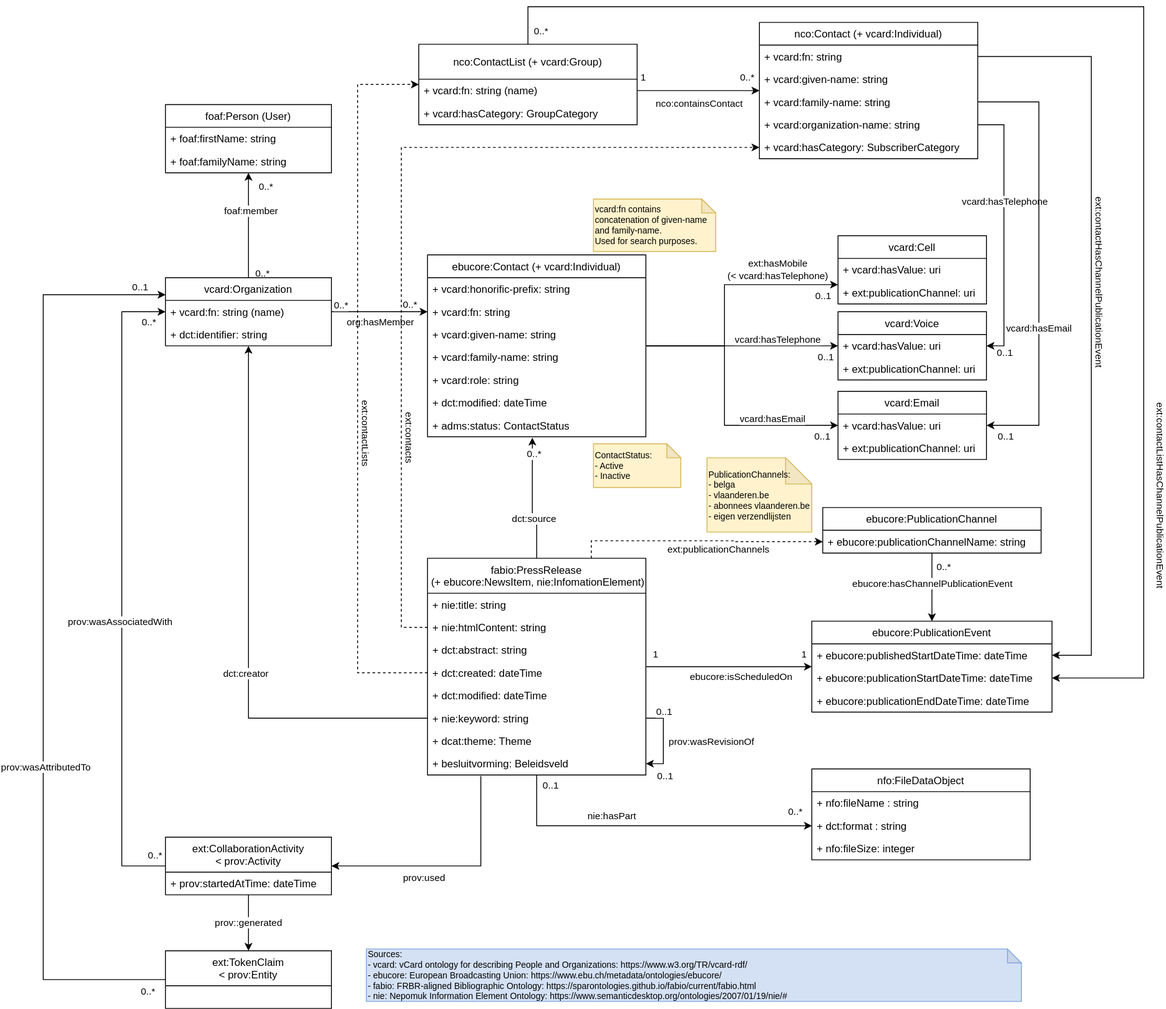
This is images/press-releases-data-model.svg from kanselarij-vlaanderen/kaleidos-documentation, a draw.io export, as it was before one commit. Source tidied: cells renumbered, new cells last; positions are measured from the earlier drawing's top-left corner, leaving out a move shared by most shapes.
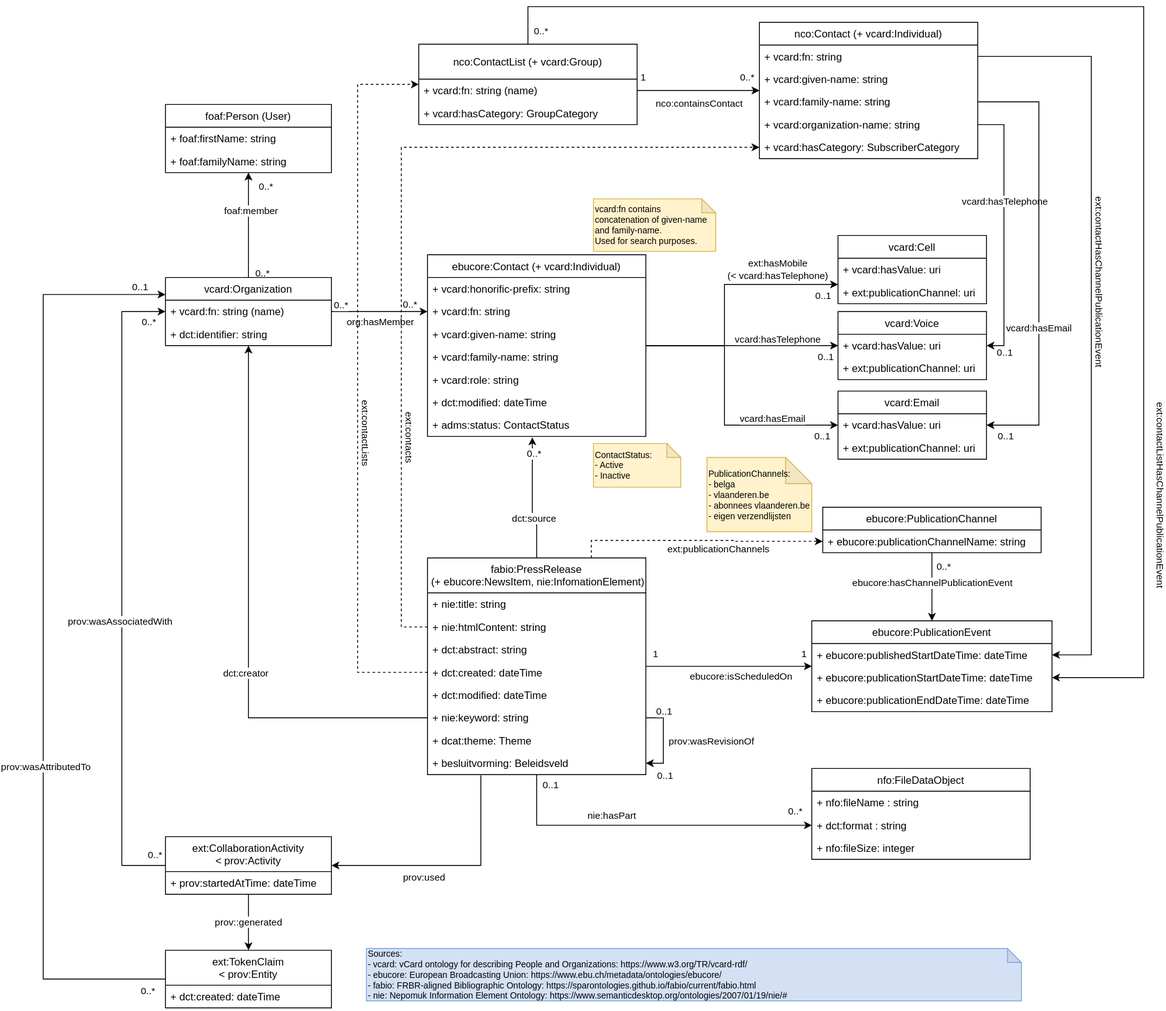
Later version of the same file.

Commit message:
Update press-releases data model

Add creation date to token-claim

Change to the diagram source:
```diff
@@ -518,5 +518,8 @@
     <mxCell id="128" value="ext:TokenClaim&#10;&lt; prov:Entity" style="swimlane;fontStyle=0;horizontal=1;startSize=40;fillColor=none;" parent="1" vertex="1">
       <mxGeometry x="140" y="1080" width="190" height="66" as="geometry" />
     </mxCell>
+    <mxCell id="129" value="+ dct:created: dateTime" style="text;strokeColor=none;fillColor=none;align=left;verticalAlign=top;spacingLeft=4;spacingRight=4;overflow=hidden;" parent="128" vertex="1">
+      <mxGeometry y="40" width="190" height="26" as="geometry" />
+    </mxCell>
   </root>
 </mxGraphModel>
```
